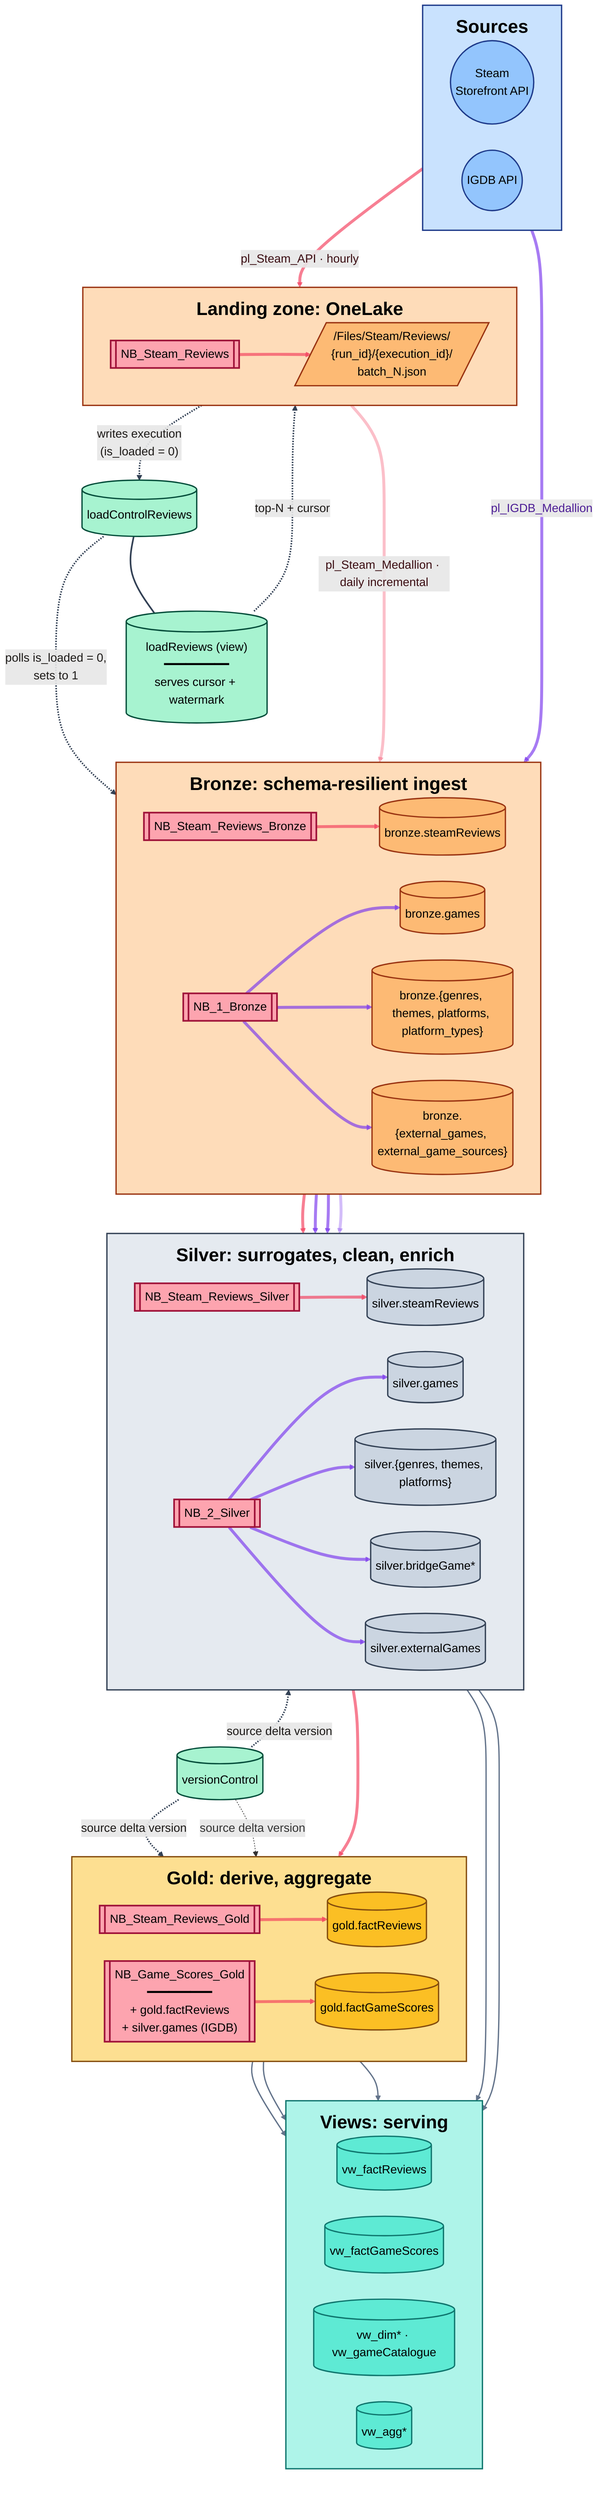
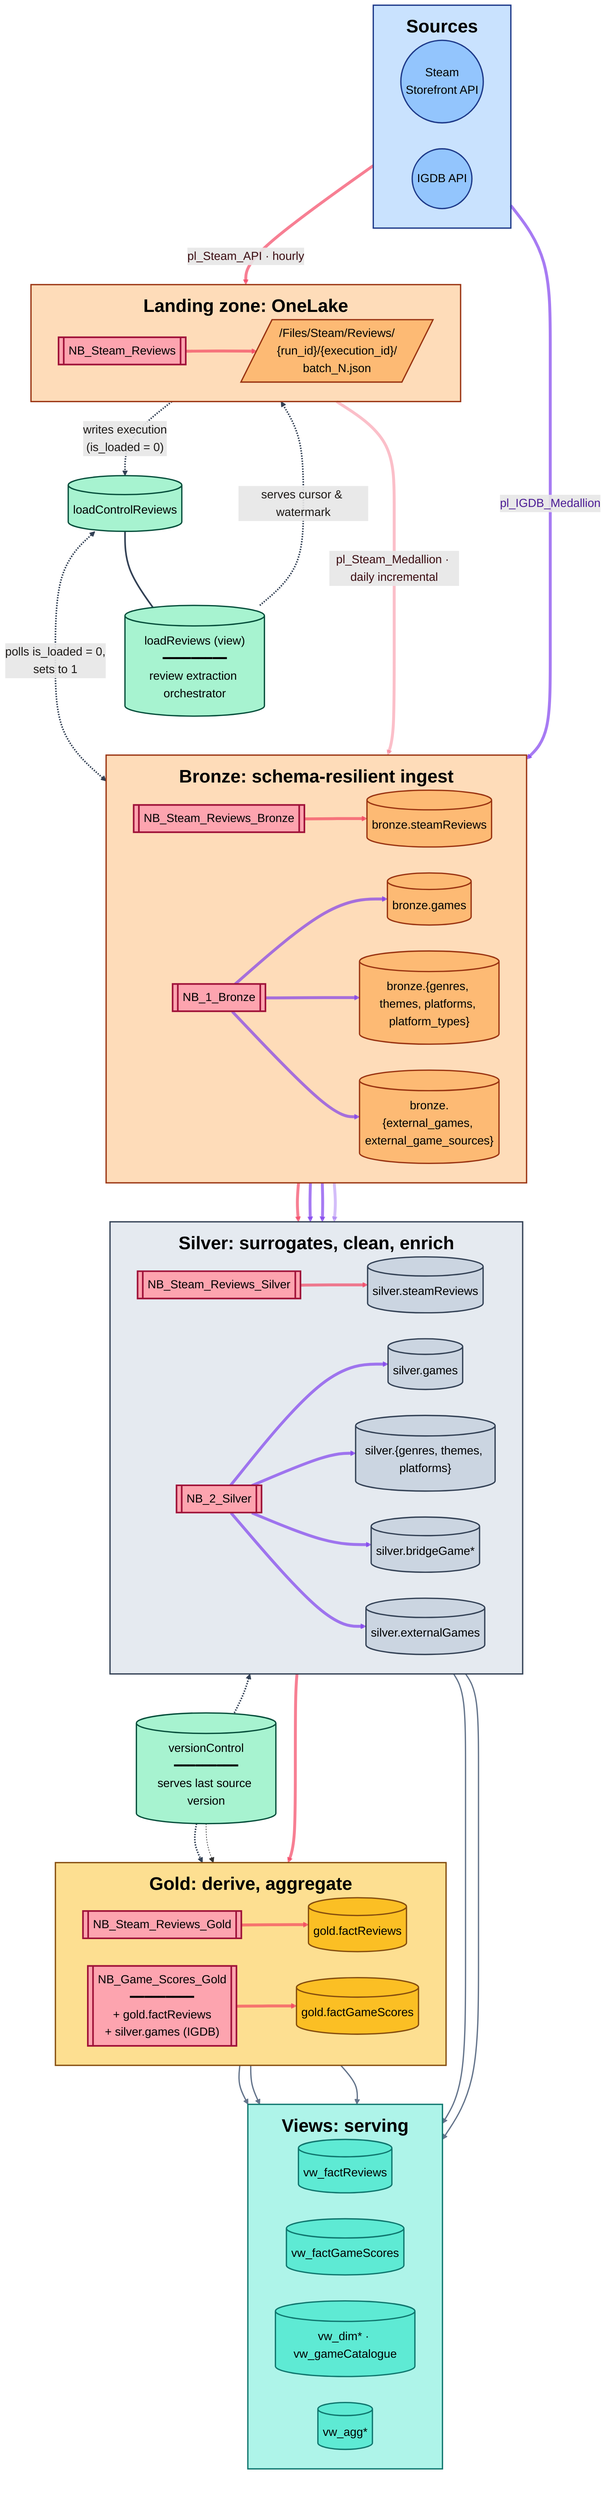
%%{init: {'themeVariables':{'fontSize':'18px'}, 'flowchart':{'curve':'basis', 'nodeSpacing':40, 'rankSpacing':60, 'subGraphTitleMargin':{'top':12,'bottom':12}}}}%%
flowchart TB

  subgraph SRC["<span style='font-size:28px;font-weight:700;color:#000'>Sources</span>"]
    direction LR
    SteamAPI(("Steam<br/>Storefront API"))
    IGDBAPI(("IGDB API"))
  end

  subgraph LAND["<span style='font-size:28px;font-weight:700;color:#000'>Landing zone: OneLake</span>"]
    direction LR
    NB_API[["NB_Steam_Reviews"]]
    LZ[/"/Files/Steam/Reviews/<br/>{run_id}/{execution_id}/<br/>batch_N.json"/]
  end

  subgraph BRZ["<span style='font-size:28px;font-weight:700;color:#000'>Bronze: schema-resilient ingest</span>"]
    direction LR
    NB_BRZ[["NB_Steam_Reviews_Bronze"]]
    NB_IGDB_B[["NB_1_Bronze"]]
    BSR[("bronze.steamReviews")]
    BG[("bronze.games")]
    BGTP[("bronze.{genres, themes, platforms, platform_types}")]
    BEX[("bronze.{external_games, external_game_sources}")]
  end

  subgraph SLV["<span style='font-size:28px;font-weight:700;color:#000'>Silver: surrogates, clean, enrich</span>"]
    direction LR
    NB_SLV[["NB_Steam_Reviews_Silver"]]
    NB_IGDB_S[["NB_2_Silver"]]
    SSR[("silver.steamReviews")]
    SG[("silver.games")]
    SGTP[("silver.{genres, themes, platforms}")]
    SBR[("silver.bridgeGame*")]
    SEX[("silver.externalGames")]
  end

  subgraph GLD["<span style='font-size:28px;font-weight:700;color:#000'>Gold: derive, aggregate</span>"]
    direction LR
    NB_GR[["NB_Steam_Reviews_Gold"]]
    NB_GS[["NB_Game_Scores_Gold<br/>━━━━━━━━━<br/>+ gold.factReviews<br/>+ silver.games (IGDB)"]]
    GFR[("gold.factReviews")]
    GFGS[("gold.factGameScores")]
  end

  subgraph VWS["<span style='font-size:28px;font-weight:700;color:#000'>Views: serving</span>"]
    direction LR
    VFR[("vw_factReviews")]
    VFGS[("vw_factGameScores")]
    VDIM[("vw_dim* · vw_gameCatalogue")]
    VAGG[("vw_agg*")]
  end

  %% Audit warehouse — control plane (floating, off-axis)
-   LRV[("loadReviews (view)<br/>━━━━━━━━━<br/>serves cursor + watermark")]
+   LRV[("loadReviews (view)<br/>━━━━━━━━━<br/>review extraction orchestrator")]
  LCR[("loadControlReviews")]
-   VC[("versionControl")]
+   VC[("versionControl<br/>━━━━━━━━━<br/>serves last source version")]

  SteamAPI ==>|"pl_Steam_API · hourly"| NB_API
  NB_API   ==> LZ

  LZ      ==>|"pl_Steam_Medallion · daily incremental"| NB_BRZ
  NB_BRZ  ==> BSR
  BSR     ==> NB_SLV
  NB_SLV  ==> SSR
  SSR     ==> NB_GR
  NB_GR   ==> GFR
  NB_GS   ==> GFGS

  IGDBAPI   ==>|"pl_IGDB_Medallion"| NB_IGDB_B
  NB_IGDB_B ==> BG
  NB_IGDB_B ==> BGTP
  NB_IGDB_B ==> BEX
  BG        --> NB_IGDB_S
  BGTP      --> NB_IGDB_S
  BEX       --> NB_IGDB_S
  NB_IGDB_S ==> SG
  NB_IGDB_S ==> SGTP
  NB_IGDB_S ==> SBR
  NB_IGDB_S ==> SEX

  GFR  --> VFR
  GFGS --> VFGS
  SG   --> VDIM
  SGTP --> VDIM
  GFGS --> VAGG

  LCR    --- LRV
-   LRV    -.->|"top-N + cursor"| NB_API
+   LRV    -.->|"serves cursor & watermark"| NB_API
  NB_API -.->|"writes execution<br/>(is_loaded = 0)"| LCR
-   LCR    -.->|"polls is_loaded = 0,<br/>sets to 1"| NB_BRZ
-   VC     -.->|"source delta version"| NB_SLV
-   VC     -.->|"source delta version"| NB_GR
-   VC     -.->|"source delta version"| NB_GS
- 
+   LCR    <-.->|"polls is_loaded = 0,<br/>sets to 1"| NB_BRZ
+   VC     -.-> NB_SLV
+   VC     -.-> NB_GR
+   VC     -.-> NB_GS

  LRV ~~~ NB_IGDB_B
  LRV ~~~ LCR
  LCR ~~~ BRZ
  SSR ~~~ VC
  VC ~~~ NB_GS
  SGTP ~~~ NB_GS

  %% Pipeline color coding — rose=Steam, violet=IGDB, slate=views + control plane
  linkStyle 0,1,3,4,5,6,7,8 stroke:#f43f5eaa,stroke-width:4.5px,color:#3b0d12
  linkStyle 9,10,11,12,13,14,16,17,18,19 stroke:#7c3aedaa,stroke-width:4.5px,color:#4c1d95
  linkStyle 20,21,22,23,24 stroke:#64748b,stroke-width:2px,color:#1c1917

  %% Title-clearance overrides: lower alpha on edges that intersect subgraph titles
  linkStyle 2 stroke:#f43f5e55,stroke-width:4.5px,color:#3b0d12
  linkStyle 15 stroke:#7c3aed55,stroke-width:4.5px,color:#4c1d95

  %% Audit control plane + VC connections — deepened for dark-mode visibility against silver subgraph
  linkStyle 25,26,27,28,29,30 stroke:#334155,stroke-width:2.5px,color:#1c1917

  %% Node fills — saturated mid-tone, readable on white AND dark backgrounds
  classDef source     fill:#93c5fd,stroke:#1e3a8a,stroke-width:2px,color:#000
  classDef landingFile fill:#fdba74,stroke:#9a3412,stroke-width:2px,color:#000
  classDef bronzeT    fill:#fdba74,stroke:#9a3412,stroke-width:2px,color:#000
  classDef silverT    fill:#cbd5e1,stroke:#334155,stroke-width:2px,color:#000
  classDef goldT      fill:#fbbf24,stroke:#854d0e,stroke-width:2px,color:#000
  classDef viewT      fill:#5eead4,stroke:#0f766e,stroke-width:2px,color:#000
  classDef notebook   fill:#fda4af,stroke:#9f1239,stroke-width:2.5px,color:#000
  classDef audit      fill:#a7f3d0,stroke:#064e3b,stroke-width:2px,color:#000

  class SteamAPI,IGDBAPI source
  class LZ landingFile
  class BSR,BG,BGTP,BEX bronzeT
  class SSR,SG,SGTP,SBR,SEX silverT
  class GFR,GFGS goldT
  class VFR,VFGS,VDIM,VAGG viewT
  class NB_API,NB_BRZ,NB_SLV,NB_GR,NB_GS,NB_IGDB_B,NB_IGDB_S notebook
  class LRV,LCR,VC audit

  %% Subgraph fills — 50% opacity of the node color
  style SRC  fill:#93c5fd80,stroke:#1e3a8a,stroke-width:2px
  style LAND fill:#fdba7480,stroke:#9a3412,stroke-width:2px
  style BRZ  fill:#fdba7480,stroke:#9a3412,stroke-width:2px
  style SLV  fill:#cbd5e180,stroke:#334155,stroke-width:2px
  style GLD  fill:#fbbf2480,stroke:#854d0e,stroke-width:2px
  style VWS  fill:#5eead480,stroke:#0f766e,stroke-width:2px
